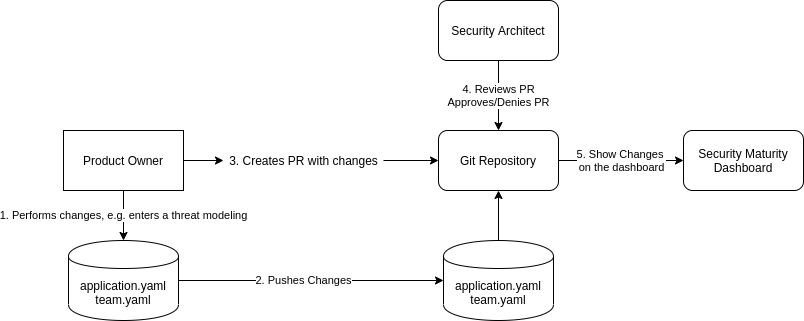
The draw.io diagram docs/processFlowManual.png in devsecopsmaturitymodel/metricCA, before a commit. Source tidied: cells renumbered, new cells last; positions are measured from the earlier drawing's top-left corner, leaving out a move shared by most shapes.
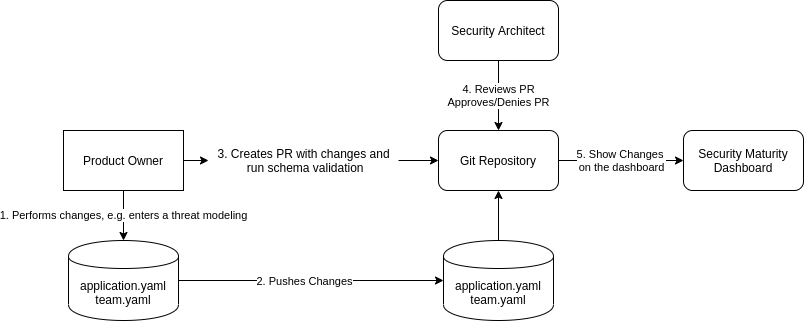
After the change.

Commit message:
chore: in depth architecture

What changed in the source:
```diff
@@ -34,8 +34,8 @@
     <mxCell id="11" value="application.yaml&lt;br&gt;team.yaml" style="shape=cylinder;whiteSpace=wrap;html=1;boundedLbl=1;backgroundOutline=1;" parent="1" vertex="1">
       <mxGeometry x="380" y="240" width="110" height="80" as="geometry" />
     </mxCell>
-    <mxCell id="12" value="3. Creates PR with changes" style="text;html=1;align=center;verticalAlign=middle;points=[];" parent="1" vertex="1">
-      <mxGeometry x="160" y="150" width="160" height="20" as="geometry" />
+    <mxCell id="12" value="3. Creates PR with changes and&lt;br&gt;&amp;nbsp;run schema validation" style="text;html=1;align=center;verticalAlign=middle;points=[];" parent="1" vertex="1">
+      <mxGeometry x="145" y="145" width="190" height="30" as="geometry" />
     </mxCell>
     <mxCell id="13" style="edgeStyle=orthogonalEdgeStyle;rounded=0;jettySize=auto;html=1;entryX=0;entryY=0.5;entryDx=0;entryDy=0;" parent="1" edge="1" source="4" target="12">
       <mxGeometry relative="1" as="geometry" />
```
